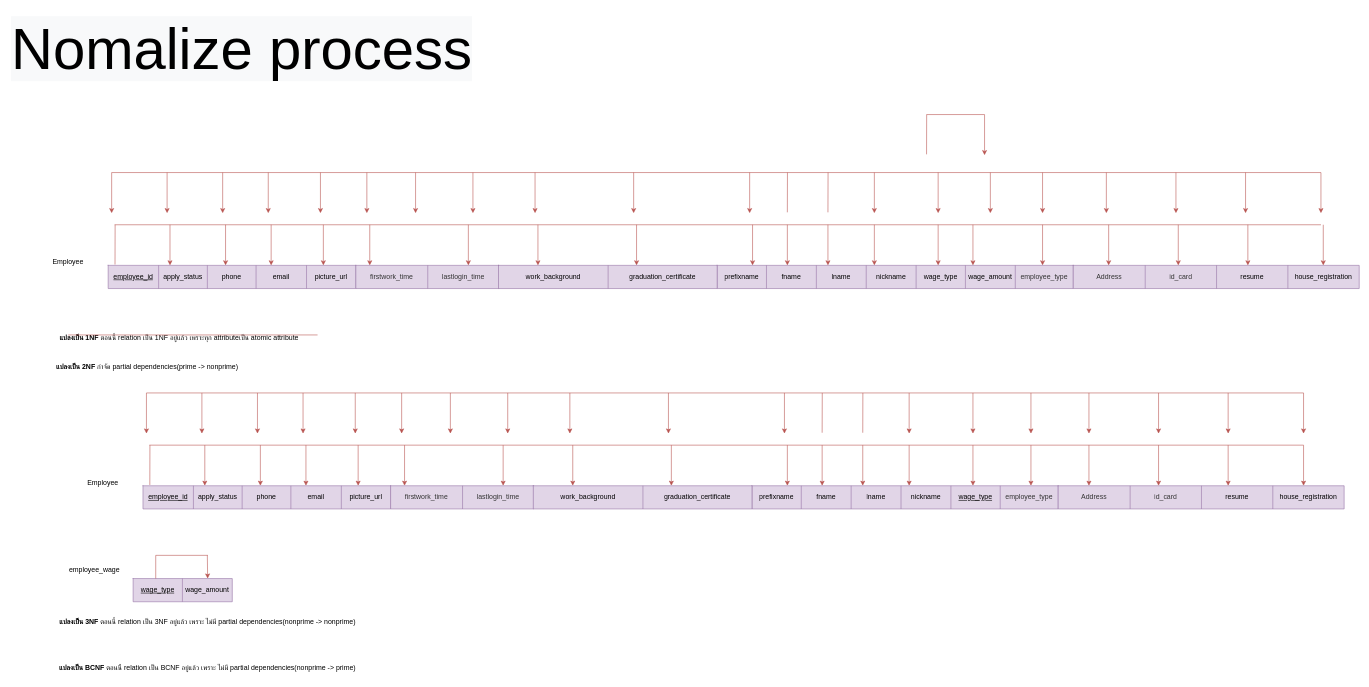
This is page "Page-5" (2 of 3) of normalize.drawio from jarawin/carcare, a draw.io file, before an edit. Source tidied: cells renumbered, new cells numbered last; positions are measured from the earlier drawing's top-left corner, leaving out a move shared by most shapes. Both pictures are drawn from the tidied source at 58%, with x=0, y=0 at pixel (10, 10).
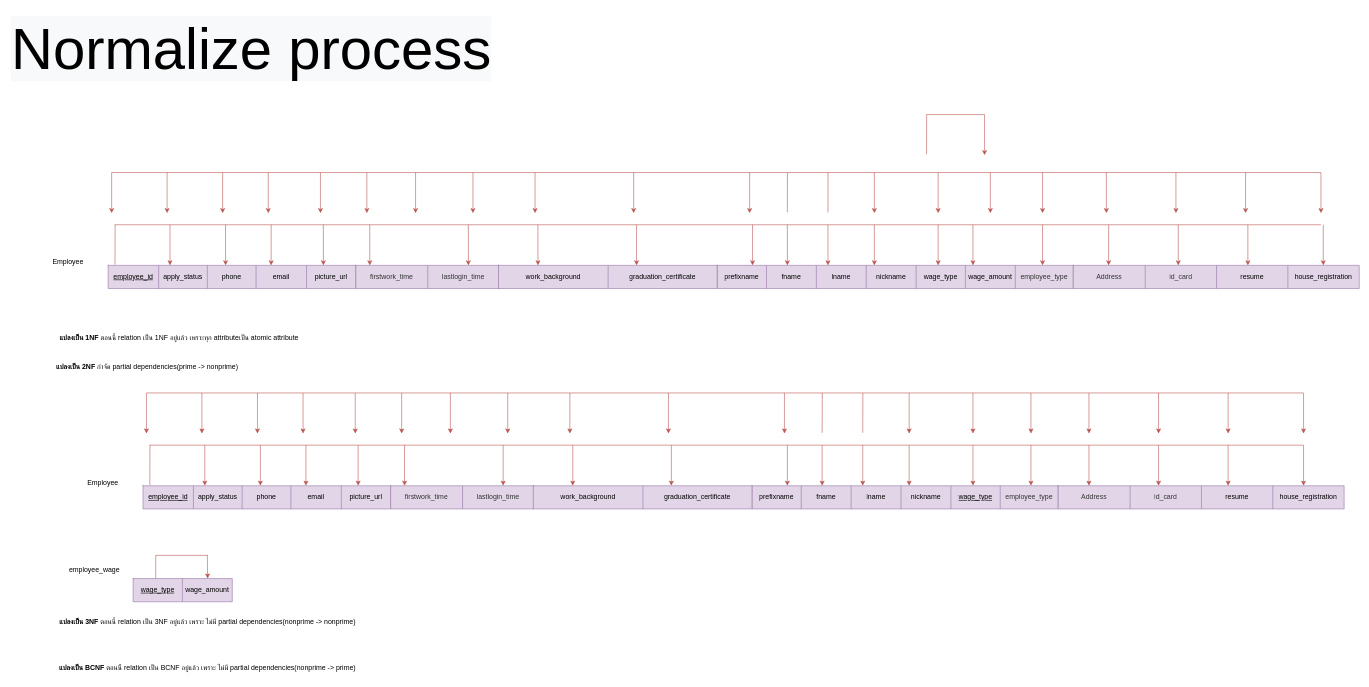
The same page after the edit.

What changed in the source:
```diff
@@
-    <mxCell id="6" style="endArrow=none;html=1;rounded=0;fillColor=#f8cecc;strokeColor=#b85450;" parent="1" edge="1">
-      <mxGeometry relative="1" as="geometry">
-        <mxPoint x="100" y="560" as="sourcePoint" />
-        <mxPoint x="530" y="560" as="targetPoint" />
-      </mxGeometry>
-    </mxCell>
@@
-    <mxCell id="15" value="&lt;span style=&quot;color: rgb(0, 0, 0); font-family: Helvetica; font-size: 100px; font-style: normal; font-variant-ligatures: normal; font-variant-caps: normal; font-weight: 400; letter-spacing: normal; orphans: 2; text-align: center; text-indent: 0px; text-transform: none; widows: 2; word-spacing: 0px; -webkit-text-stroke-width: 0px; background-color: rgb(248, 249, 250); text-decoration-thickness: initial; text-decoration-style: initial; text-decoration-color: initial; float: none; display: inline !important;&quot;&gt;Nomalize process&lt;/span&gt;" style="text;whiteSpace=wrap;html=1;fontSize=100;" parent="1" vertex="1">
+    <mxCell id="15" value="&lt;span style=&quot;color: rgb(0, 0, 0); font-family: Helvetica; font-size: 100px; font-style: normal; font-variant-ligatures: normal; font-variant-caps: normal; font-weight: 400; letter-spacing: normal; orphans: 2; text-align: center; text-indent: 0px; text-transform: none; widows: 2; word-spacing: 0px; -webkit-text-stroke-width: 0px; background-color: rgb(248, 249, 250); text-decoration-thickness: initial; text-decoration-style: initial; text-decoration-color: initial; float: none; display: inline !important;&quot;&gt;Normalize process&lt;/span&gt;" style="text;whiteSpace=wrap;html=1;fontSize=100;" parent="1" vertex="1">
       <mxGeometry width="940" height="260" as="geometry" />
     </mxCell>
```
